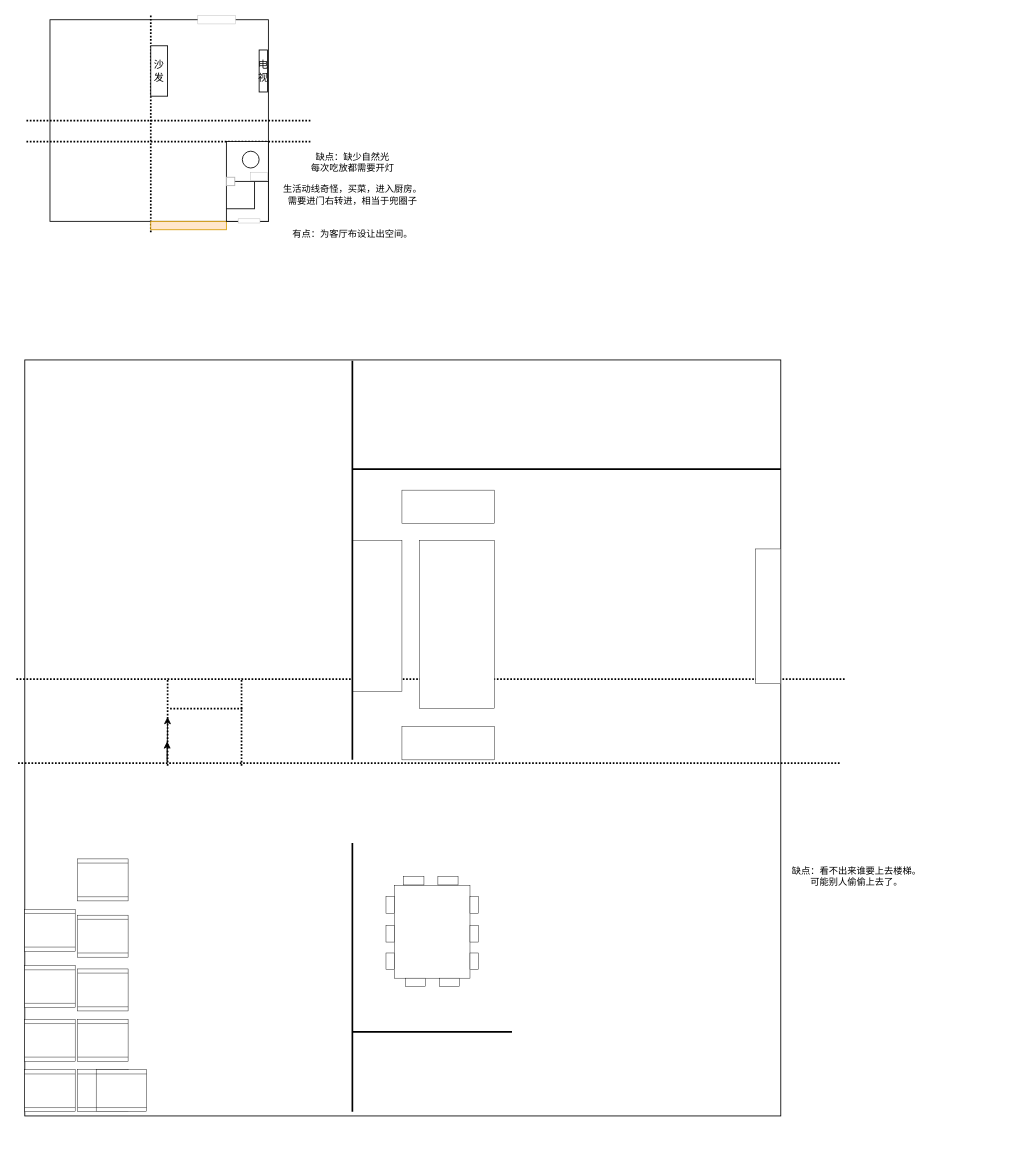
Earlier version of the draw.io diagram Untitled Diagram.drawio (programmingQWorld/cici). Source tidied: cells renumbered, new cells numbered last; positions are measured from the earlier drawing's top-left corner, leaving out a move shared by most shapes. Both pictures are drawn from the tidied source at 84%, with x=0, y=0 at pixel (15, 15).
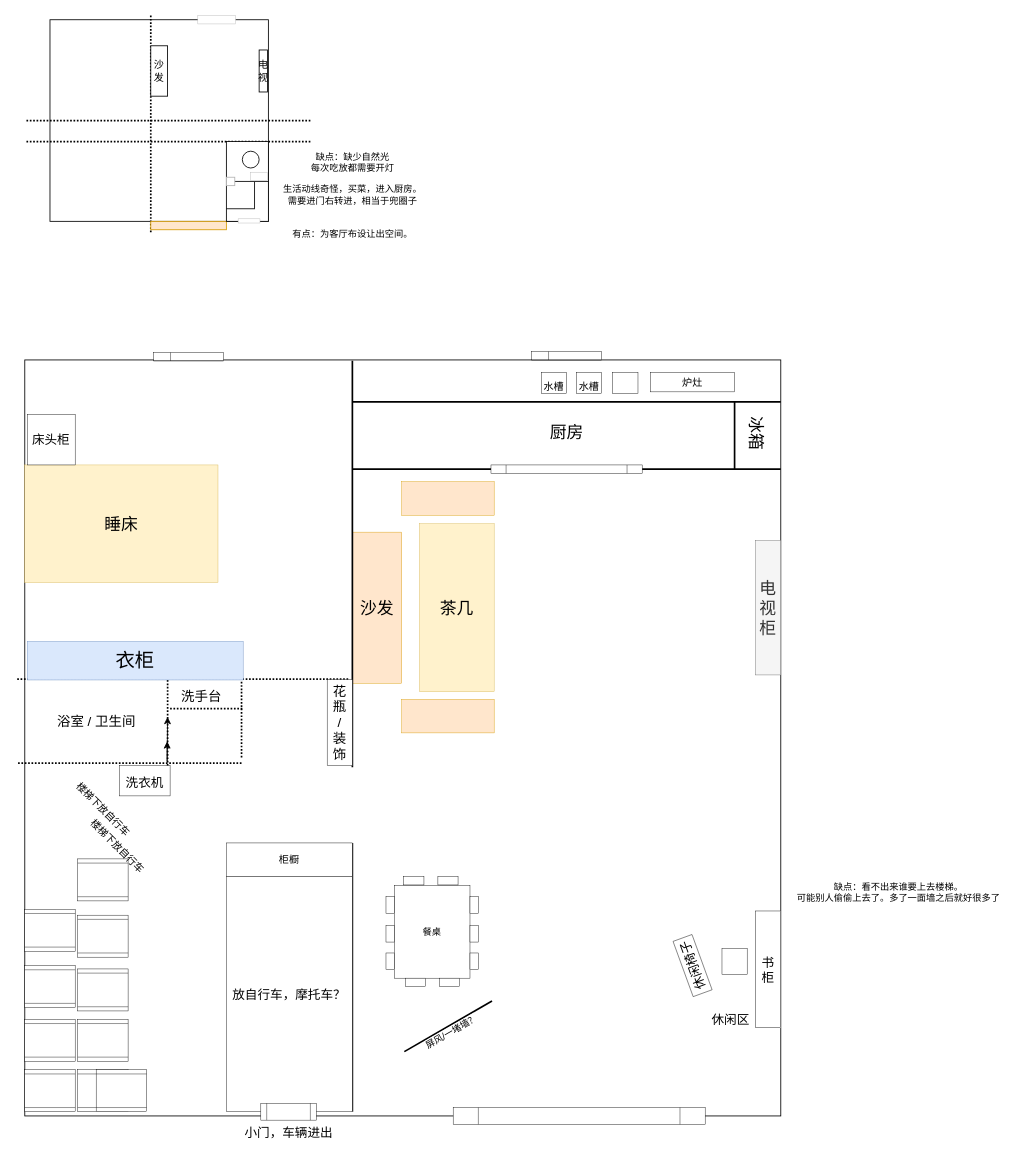
Above is the later version.

Commit message:
比较满意的一楼布局

Diff of the diagram source:
```diff
@@
     <mxCell id="20" style="line;strokeWidth=2;html=1;rotation=-180;dashed=1;dashPattern=1 1;" parent="1" vertex="1">
-      <mxGeometry x="3" y="885" width="978" height="10" as="geometry" />
+      <mxGeometry x="3" y="885" width="266" height="10" as="geometry" />
     </mxCell>
     <mxCell id="21" style="line;strokeWidth=2;html=1;rotation=-180;dashed=1;dashPattern=1 1;" parent="1" vertex="1">
-      <mxGeometry y="785" width="987" height="10" as="geometry" />
+      <mxGeometry y="785" width="396" height="10" as="geometry" />
     </mxCell>
     <mxCell id="22" style="line;strokeWidth=2;html=1;rotation=-90;dashed=1;dashPattern=1 1;" parent="1" vertex="1">
-      <mxGeometry x="217" y="836.1" width="104.1" height="10" as="geometry" />
+      <mxGeometry x="222" y="831.1" width="94.1" height="10" as="geometry" />
     </mxCell>
@@
-    <mxCell id="26" style="rounded=0;whiteSpace=wrap;html=1;fontSize=11;strokeColor=#000000;strokeWidth=0.5;gradientColor=none;rotation=0;" parent="1" vertex="1">
-      <mxGeometry x="401" y="625" width="59" height="180" as="geometry" />
+    <mxCell id="26" value="&lt;font style=&quot;font-size: 20px&quot;&gt;沙发&lt;/font&gt;" style="rounded=0;whiteSpace=wrap;html=1;fontSize=11;strokeColor=#d79b00;strokeWidth=0.5;rotation=0;fillColor=#ffe6cc;" parent="1" vertex="1">
+      <mxGeometry x="400.8" y="615" width="59" height="180" as="geometry" />
     </mxCell>
@@
-    <mxCell id="28" style="rounded=0;whiteSpace=wrap;html=1;fontSize=11;strokeColor=#000000;strokeWidth=0.5;gradientColor=none;" parent="1" vertex="1">
-      <mxGeometry x="881" y="635" width="30" height="160" as="geometry" />
+    <mxCell id="28" value="&lt;font style=&quot;font-size: 20px&quot;&gt;电视柜&lt;/font&gt;" style="rounded=0;whiteSpace=wrap;html=1;fontSize=11;strokeColor=#666666;strokeWidth=0.5;fillColor=#f5f5f5;fontColor=#333333;" parent="1" vertex="1">
+      <mxGeometry x="881" y="625" width="30" height="160" as="geometry" />
     </mxCell>
-    <mxCell id="29" style="rounded=0;whiteSpace=wrap;html=1;fontSize=11;strokeColor=#000000;strokeWidth=0.5;gradientColor=none;" parent="1" vertex="1">
-      <mxGeometry x="460" y="565" width="110" height="40" as="geometry" />
+    <mxCell id="29" style="rounded=0;whiteSpace=wrap;html=1;fontSize=11;strokeColor=#d79b00;strokeWidth=0.5;fillColor=#ffe6cc;" parent="1" vertex="1">
+      <mxGeometry x="459.8" y="555" width="110" height="40" as="geometry" />
     </mxCell>
-    <mxCell id="30" style="rounded=0;whiteSpace=wrap;html=1;fontSize=11;strokeColor=#000000;strokeWidth=0.5;gradientColor=none;" parent="1" vertex="1">
-      <mxGeometry x="481" y="625" width="89" height="200" as="geometry" />
+    <mxCell id="30" value="&lt;font style=&quot;font-size: 20px&quot;&gt;茶几&lt;/font&gt;" style="rounded=0;whiteSpace=wrap;html=1;fontSize=11;strokeColor=#d6b656;strokeWidth=0.5;fillColor=#fff2cc;" parent="1" vertex="1">
+      <mxGeometry x="480.8" y="605" width="89" height="200" as="geometry" />
     </mxCell>
-    <mxCell id="31" style="rounded=0;whiteSpace=wrap;html=1;fontSize=11;strokeColor=#000000;strokeWidth=0.5;gradientColor=none;" parent="1" vertex="1">
-      <mxGeometry x="460" y="846.1" width="110" height="40" as="geometry" />
+    <mxCell id="31" style="rounded=0;whiteSpace=wrap;html=1;fontSize=11;strokeColor=#d79b00;strokeWidth=0.5;fillColor=#ffe6cc;" parent="1" vertex="1">
+      <mxGeometry x="459.8" y="814" width="110" height="40" as="geometry" />
     </mxCell>
-    <mxCell id="32" style="rounded=0;whiteSpace=wrap;html=1;fontSize=11;strokeColor=#000000;strokeWidth=0.5;gradientColor=none;" parent="1" vertex="1">
+    <mxCell id="32" value="餐桌" style="rounded=0;whiteSpace=wrap;html=1;fontSize=11;strokeColor=#000000;strokeWidth=0.5;gradientColor=none;" parent="1" vertex="1">
       <mxGeometry x="451" y="1036" width="90" height="110" as="geometry" />
     </mxCell>
@@
-    <mxCell id="43" value="缺点：看不出来谁要上去楼梯。&lt;br&gt;可能别人偷偷上去了。" style="text;html=1;align=center;verticalAlign=middle;strokeColor=none;fillColor=none;fontSize=11;" parent="1" vertex="1">
-      <mxGeometry x="911" y="1010" width="180" height="30" as="geometry" />
+    <mxCell id="43" value="缺点：看不出来谁要上去楼梯。&lt;br&gt;可能别人偷偷上去了。多了一面墙之后就好很多了" style="text;html=1;align=center;verticalAlign=middle;strokeColor=none;fillColor=none;fontSize=11;" parent="1" vertex="1">
+      <mxGeometry x="911" y="1029" width="280" height="30" as="geometry" />
     </mxCell>
@@
     <mxCell id="54" style="line;strokeWidth=2;direction=south;html=1;fontSize=11;gradientColor=none;" parent="1" vertex="1">
-      <mxGeometry x="396" y="411.1" width="10" height="475" as="geometry" />
+      <mxGeometry x="396" y="411.1" width="10" height="483.9" as="geometry" />
     </mxCell>
@@
-    <mxCell id="56" style="line;strokeWidth=2;html=1;fontSize=11;gradientColor=none;" parent="1" vertex="1">
-      <mxGeometry x="401" y="1205" width="190" height="10" as="geometry" />
+    <mxCell id="56" value="屏风/一堵墙？" style="line;strokeWidth=2;html=1;fontSize=11;gradientColor=none;rotation=-30;" parent="1" vertex="1">
+      <mxGeometry x="454.8" y="1190" width="120.5" height="26.6" as="geometry" />
     </mxCell>
+    <mxCell id="57" value="&lt;font style=&quot;font-size: 20px&quot;&gt;睡床&lt;/font&gt;" style="rounded=0;whiteSpace=wrap;html=1;fontSize=11;strokeColor=#d6b656;strokeWidth=0.5;fillColor=#fff2cc;" parent="1" vertex="1">
+      <mxGeometry x="11" y="535" width="230" height="140" as="geometry" />
+    </mxCell>
+    <mxCell id="58" value="&lt;font style=&quot;font-size: 16px&quot;&gt;花瓶&lt;br&gt;/&lt;br&gt;装饰&lt;/font&gt;" style="rounded=0;whiteSpace=wrap;html=1;fontSize=11;strokeColor=#000000;strokeWidth=0.5;gradientColor=none;" parent="1" vertex="1">
+      <mxGeometry x="371" y="790.6" width="30" height="102.4" as="geometry" />
+    </mxCell>
+    <mxCell id="59" value="&lt;font style=&quot;font-size: 23px&quot;&gt;衣柜&lt;/font&gt;" style="rounded=0;whiteSpace=wrap;html=1;fontSize=11;strokeColor=#6c8ebf;strokeWidth=0.5;fillColor=#dae8fc;" parent="1" vertex="1">
+      <mxGeometry x="14" y="745" width="257" height="46" as="geometry" />
+    </mxCell>
+    <mxCell id="60" value="浴室 / 卫生间" style="text;html=1;align=center;verticalAlign=middle;strokeColor=none;fillColor=none;fontSize=16;" parent="1" vertex="1">
+      <mxGeometry x="41" y="830" width="110" height="20" as="geometry" />
+    </mxCell>
+    <mxCell id="61" value="洗手台" style="text;html=1;align=center;verticalAlign=middle;strokeColor=none;fillColor=none;fontSize=16;" parent="1" vertex="1">
+      <mxGeometry x="191" y="800" width="60" height="20" as="geometry" />
+    </mxCell>
+    <mxCell id="62" value="厨房" style="text;html=1;align=center;verticalAlign=middle;strokeColor=none;fillColor=none;fontSize=20;" parent="1" vertex="1">
+      <mxGeometry x="626" y="480" width="60" height="30" as="geometry" />
+    </mxCell>
+    <mxCell id="63" style="shape=process;whiteSpace=wrap;html=1;backgroundOutline=1;fontSize=20;strokeColor=#000000;strokeWidth=0.5;gradientColor=none;" parent="1" vertex="1">
+      <mxGeometry x="521" y="1300" width="300" height="20" as="geometry" />
+    </mxCell>
+    <mxCell id="64" style="shape=process;whiteSpace=wrap;html=1;backgroundOutline=1;fontSize=20;strokeColor=#000000;strokeWidth=0.5;gradientColor=none;" parent="1" vertex="1">
+      <mxGeometry x="566" y="535" width="180" height="10" as="geometry" />
+    </mxCell>
+    <mxCell id="65" value="&lt;font style=&quot;font-size: 15px&quot;&gt;洗衣机&lt;/font&gt;" style="rounded=0;whiteSpace=wrap;html=1;fontSize=20;strokeColor=#000000;strokeWidth=0.5;gradientColor=none;" parent="1" vertex="1">
+      <mxGeometry x="124" y="893" width="60" height="36" as="geometry" />
+    </mxCell>
+    <mxCell id="66" style="line;strokeWidth=2;html=1;fontSize=15;gradientColor=none;" parent="1" vertex="1">
+      <mxGeometry x="401" y="455" width="510" height="10" as="geometry" />
+    </mxCell>
+    <mxCell id="67" value="书柜" style="rounded=0;whiteSpace=wrap;html=1;fontSize=15;strokeColor=#000000;strokeWidth=0.5;gradientColor=none;" parent="1" vertex="1">
+      <mxGeometry x="881" y="1066" width="30" height="139" as="geometry" />
+    </mxCell>
+    <mxCell id="68" value="休闲椅子" style="rounded=0;whiteSpace=wrap;html=1;fontSize=15;strokeColor=#000000;strokeWidth=0.5;gradientColor=none;rotation=-110;" parent="1" vertex="1">
+      <mxGeometry x="771" y="1119" width="70" height="24" as="geometry" />
+    </mxCell>
+    <mxCell id="69" value="休闲区" style="text;html=1;align=center;verticalAlign=middle;strokeColor=none;fillColor=none;fontSize=15;" parent="1" vertex="1">
+      <mxGeometry x="821" y="1185" width="60" height="20" as="geometry" />
+    </mxCell>
+    <mxCell id="70" style="rounded=0;whiteSpace=wrap;html=1;fontSize=15;strokeColor=#000000;strokeWidth=0.5;gradientColor=none;" parent="1" vertex="1">
+      <mxGeometry x="841" y="1110.5" width="30" height="31" as="geometry" />
+    </mxCell>
+    <mxCell id="71" value="放自行车，摩托车？" style="rounded=0;whiteSpace=wrap;html=1;fontSize=15;strokeColor=#000000;strokeWidth=0.5;gradientColor=none;" parent="1" vertex="1">
+      <mxGeometry x="251" y="1025" width="150" height="280" as="geometry" />
+    </mxCell>
+    <mxCell id="72" style="shape=process;whiteSpace=wrap;html=1;backgroundOutline=1;fontSize=15;strokeColor=#000000;strokeWidth=0.5;gradientColor=none;" parent="1" vertex="1">
+      <mxGeometry x="292" y="1295" width="66" height="20" as="geometry" />
+    </mxCell>
+    <mxCell id="73" value="小门，车辆进出" style="text;html=1;align=center;verticalAlign=middle;strokeColor=none;fillColor=none;fontSize=15;" parent="1" vertex="1">
+      <mxGeometry x="265" y="1320" width="120" height="20" as="geometry" />
+    </mxCell>
+    <mxCell id="74" style="shape=internalStorage;whiteSpace=wrap;html=1;backgroundOutline=1;fontSize=15;strokeColor=#000000;strokeWidth=0.5;gradientColor=none;" parent="1" vertex="1">
+      <mxGeometry x="614.5" y="400" width="83" height="10" as="geometry" />
+    </mxCell>
+    <mxCell id="75" style="shape=internalStorage;whiteSpace=wrap;html=1;backgroundOutline=1;fontSize=15;strokeColor=#000000;strokeWidth=0.5;gradientColor=none;" parent="1" vertex="1">
+      <mxGeometry x="164.5" y="401.1" width="83" height="10" as="geometry" />
+    </mxCell>
+    <mxCell id="76" value="床头柜" style="rounded=0;whiteSpace=wrap;html=1;fontSize=15;strokeColor=#000000;strokeWidth=0.5;gradientColor=none;" parent="1" vertex="1">
+      <mxGeometry x="14" y="475" width="57" height="60" as="geometry" />
+    </mxCell>
+    <mxCell id="77" style="line;strokeWidth=2;direction=south;html=1;fontSize=20;gradientColor=none;" parent="1" vertex="1">
+      <mxGeometry x="851" y="460" width="10" height="80" as="geometry" />
+    </mxCell>
+    <mxCell id="78" value="冰箱" style="text;html=1;align=center;verticalAlign=middle;strokeColor=none;fillColor=none;fontSize=20;rotation=90;" parent="1" vertex="1">
+      <mxGeometry x="853" y="482" width="60" height="30" as="geometry" />
+    </mxCell>
+    <mxCell id="79" value="&lt;font style=&quot;font-size: 12px&quot;&gt;水槽&lt;/font&gt;" style="rounded=0;whiteSpace=wrap;html=1;fontSize=20;strokeColor=#000000;strokeWidth=0.5;gradientColor=none;" parent="1" vertex="1">
+      <mxGeometry x="667.5" y="425" width="30" height="25" as="geometry" />
+    </mxCell>
+    <mxCell id="80" style="rounded=0;whiteSpace=wrap;html=1;fontSize=20;strokeColor=#000000;strokeWidth=0.5;gradientColor=none;" parent="1" vertex="1">
+      <mxGeometry x="711" y="425" width="30" height="25" as="geometry" />
+    </mxCell>
+    <mxCell id="81" value="&lt;font style=&quot;font-size: 12px&quot;&gt;水槽&lt;/font&gt;" style="rounded=0;whiteSpace=wrap;html=1;fontSize=20;strokeColor=#000000;strokeWidth=0.5;gradientColor=none;" parent="1" vertex="1">
+      <mxGeometry x="626" y="425" width="30" height="25" as="geometry" />
+    </mxCell>
+    <mxCell id="82" value="炉灶" style="rounded=0;whiteSpace=wrap;html=1;fontSize=12;strokeColor=#000000;strokeWidth=0.5;gradientColor=none;" parent="1" vertex="1">
+      <mxGeometry x="756" y="425" width="100" height="23" as="geometry" />
+    </mxCell>
+    <mxCell id="83" value="柜橱" style="rounded=0;whiteSpace=wrap;html=1;fontSize=12;strokeColor=#000000;strokeWidth=0.5;gradientColor=none;" parent="1" vertex="1">
+      <mxGeometry x="251" y="985" width="150" height="40" as="geometry" />
+    </mxCell>
+    <mxCell id="84" value="楼梯下放自行车" style="text;html=1;align=center;verticalAlign=middle;strokeColor=none;fillColor=none;fontSize=12;rotation=45;" parent="1" vertex="1">
+      <mxGeometry x="54" y="935" width="100" height="20" as="geometry" />
+    </mxCell>
+    <mxCell id="85" value="楼梯下放自行车" style="text;html=1;align=center;verticalAlign=middle;strokeColor=none;fillColor=none;fontSize=12;rotation=45;" parent="1" vertex="1">
+      <mxGeometry x="71" y="979" width="100" height="20" as="geometry" />
+    </mxCell>
```
